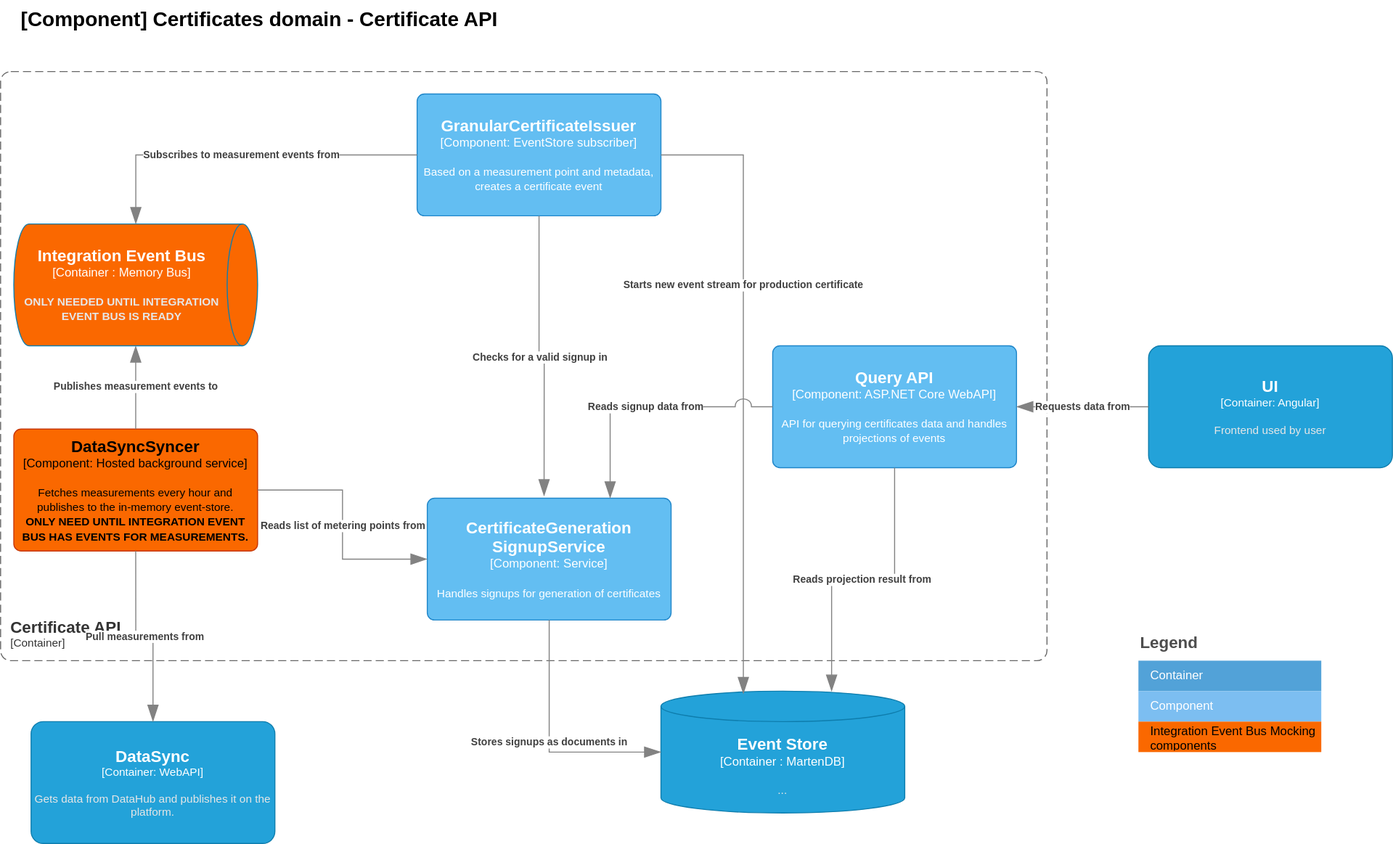
Before: doc/architecture/diagrams/certificates.current.component.certificate.api.drawio.svg, a diagram exported from draw.io (Energinet-DataHub/energy-origin). Source tidied: cells renumbered, new cells last; positions are measured from the earlier drawing's top-left corner, leaving out a move shared by most shapes.
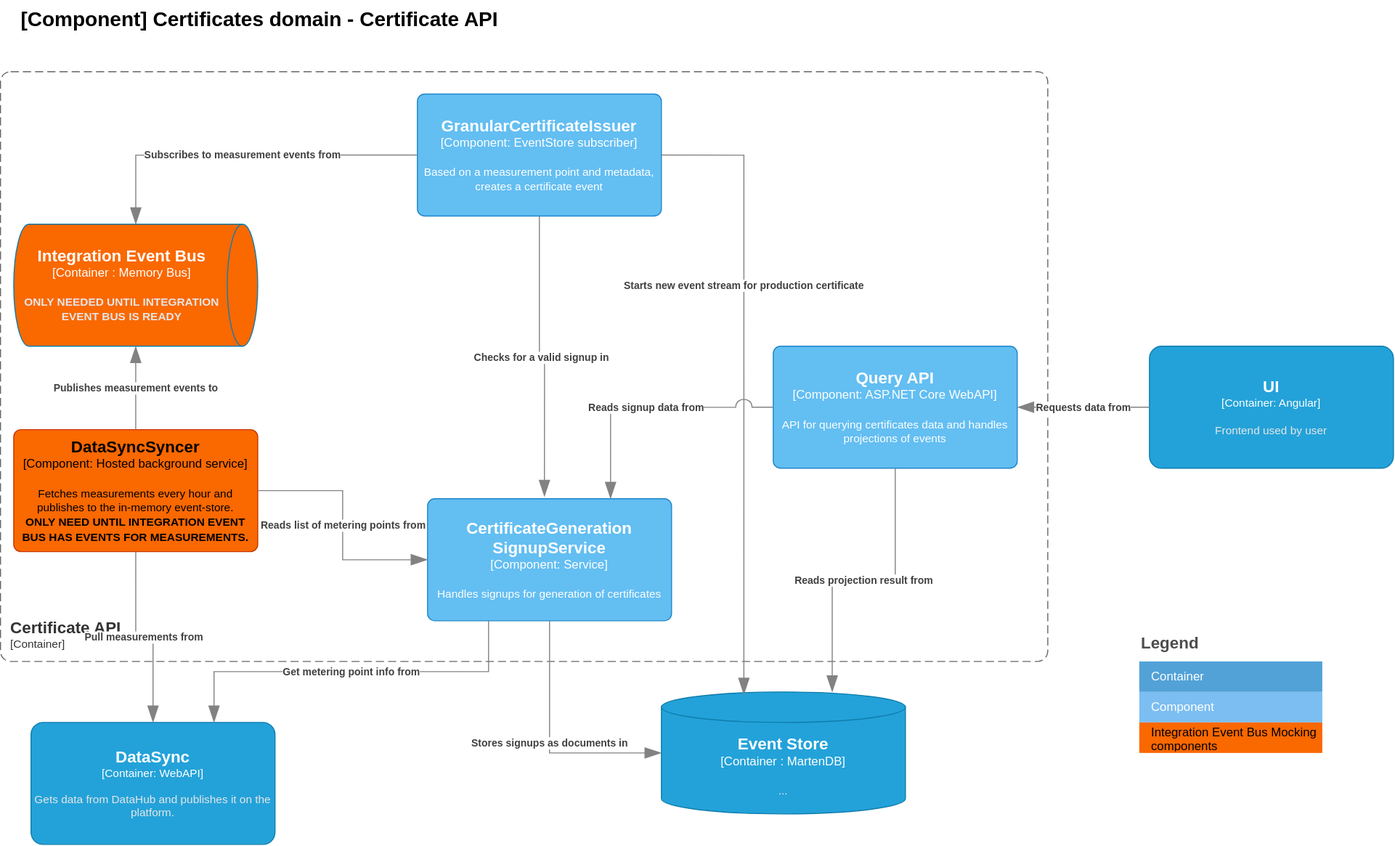
Later version of the same file.

Change to the diagram source:
```diff
@@ -122,5 +122,10 @@
         <mxGeometry relative="1" as="geometry" />
       </mxCell>
     </object>
+    <object id="27" label="&lt;div style=&quot;text-align: left&quot;&gt;&lt;div style=&quot;text-align: center&quot;&gt;&lt;b&gt;%c4Description%&lt;/b&gt;&lt;/div&gt;" c4Description="Get metering point info from" c4Type="Relationship" placeholders="1">
+      <mxCell style="endArrow=blockThin;html=1;fontSize=10;fontColor=#404040;strokeWidth=1;endFill=1;strokeColor=#828282;elbow=vertical;endSize=14;startSize=14;jumpStyle=arc;jumpSize=16;rounded=0;edgeStyle=orthogonalEdgeStyle;exitX=0.25;exitY=1;exitDx=0;exitDy=0;exitPerimeter=0;entryX=0.75;entryY=0;entryDx=0;entryDy=0;entryPerimeter=0;" parent="1" edge="1" source="6" target="12">
+        <mxGeometry relative="1" as="geometry" />
+      </mxCell>
+    </object>
   </root>
 </mxGraphModel>
```
